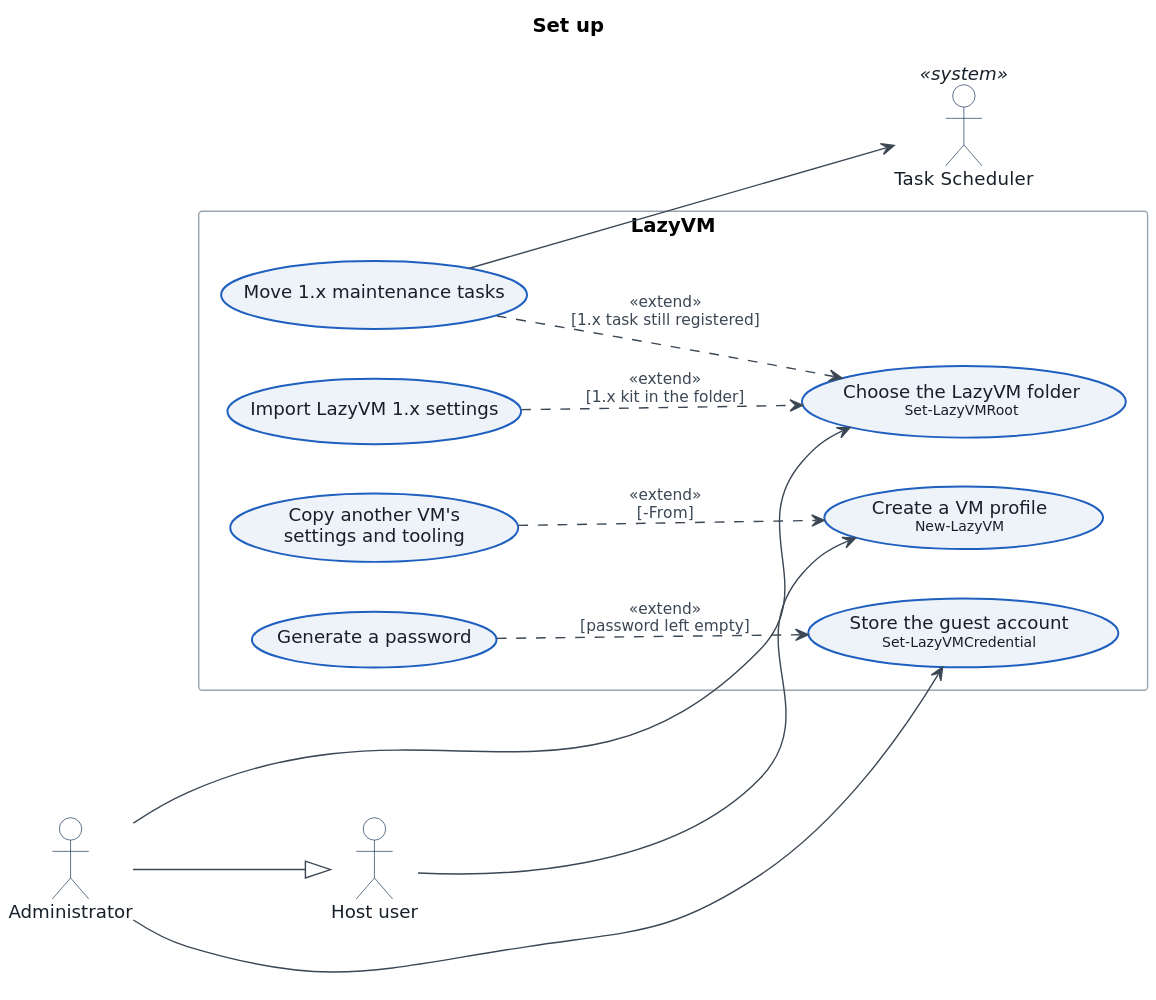
Above: docs/use-cases/07-setup.svg in downerboy/LazyVM (PlantUML), before the change. Its source is kept beside it as docs/use-cases/07-setup.puml.
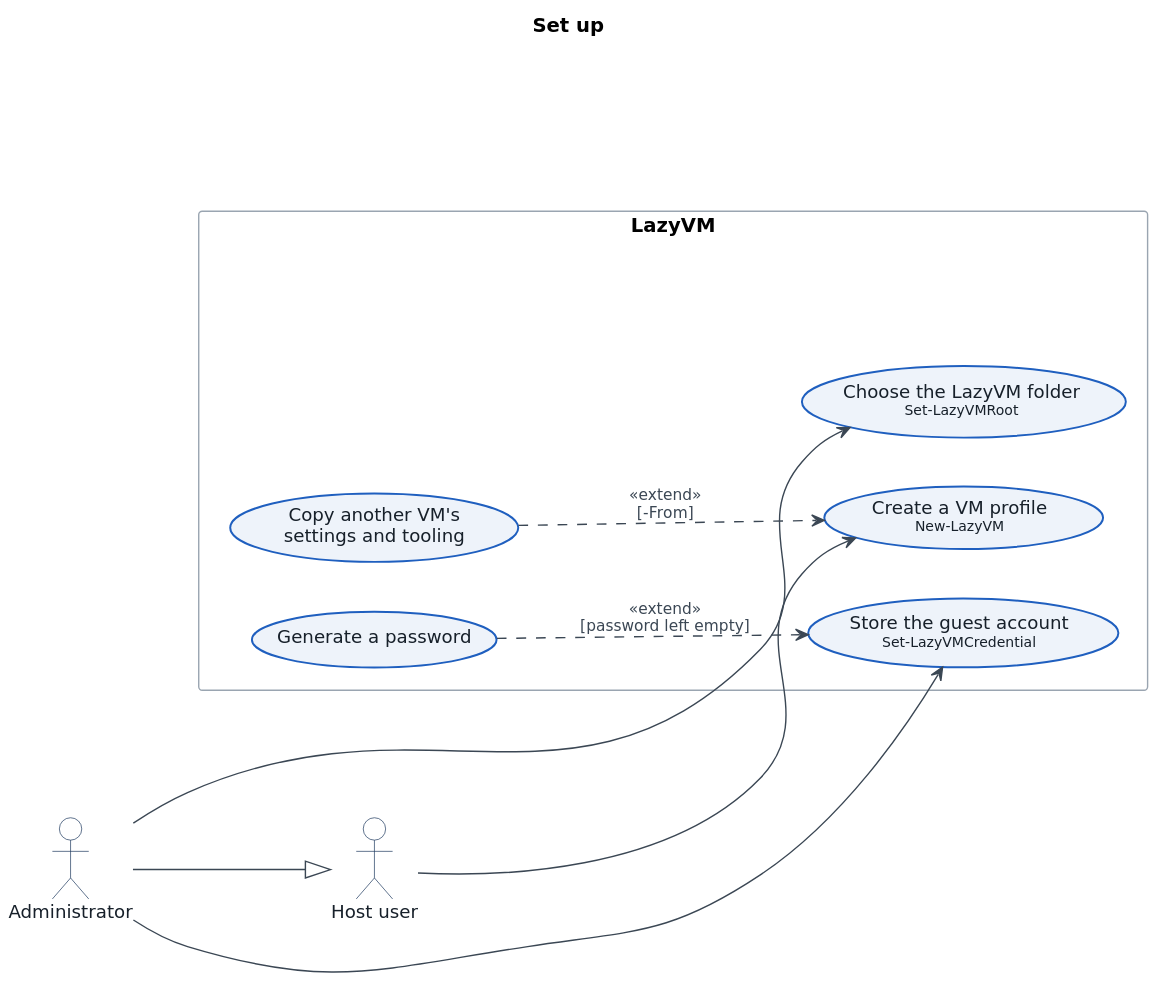
Later version of the same file.

What changed in the source:
```diff
@@ -10,22 +10,15 @@
   usecase "Create a VM profile\n<size:10>New-LazyVM</size>" as New
   usecase "Copy another VM's\nsettings and tooling" as Copy
   usecase "Choose the LazyVM folder\n<size:10>Set-LazyVMRoot</size>" as Root
-  usecase "Import LazyVM 1.x settings" as Legacy
-  usecase "Move 1.x maintenance tasks" as LegacyTasks
   usecase "Store the guest account\n<size:10>Set-LazyVMCredential</size>" as Cred
   usecase "Generate a password" as GenPwd
 }
-
-actor "Task Scheduler" as TS <<system>>
 
 User --> New
 Admin --> Root
 Admin --> Cred
 
 Copy ..> New : <<extend>>\n[-From]
-Legacy ..> Root : <<extend>>\n[1.x kit in the folder]
-LegacyTasks ..> Root : <<extend>>\n[1.x task still registered]
 GenPwd ..> Cred : <<extend>>\n[password left empty]
 
-LegacyTasks --> TS
 @enduml
```
